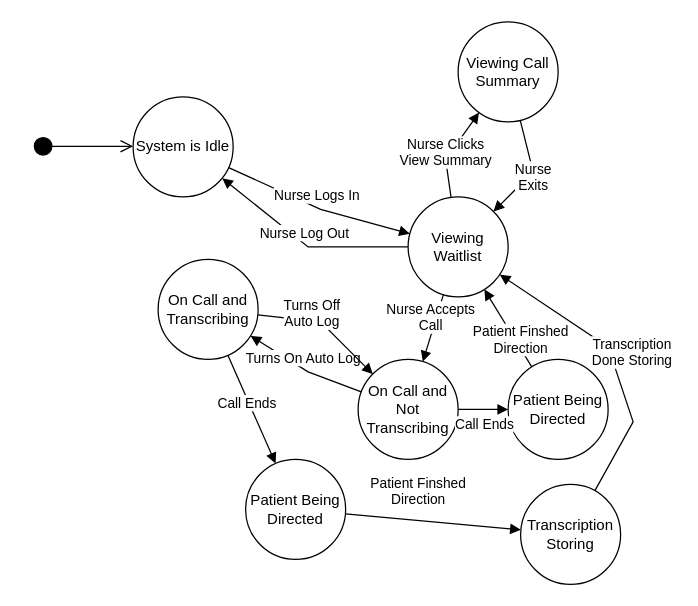
This is OliverWork/Milestone2/HotlineNurseStateDiagram.drawio from SENG-350-2024-fall/Team9, a draw.io file, before an edit. Source tidied: cells renumbered, new cells numbered last; positions are measured from the earlier drawing's top-left corner, leaving out a move shared by most shapes. Both pictures are drawn from the tidied source at 125%, with x=0, y=0 at pixel (32, 21).
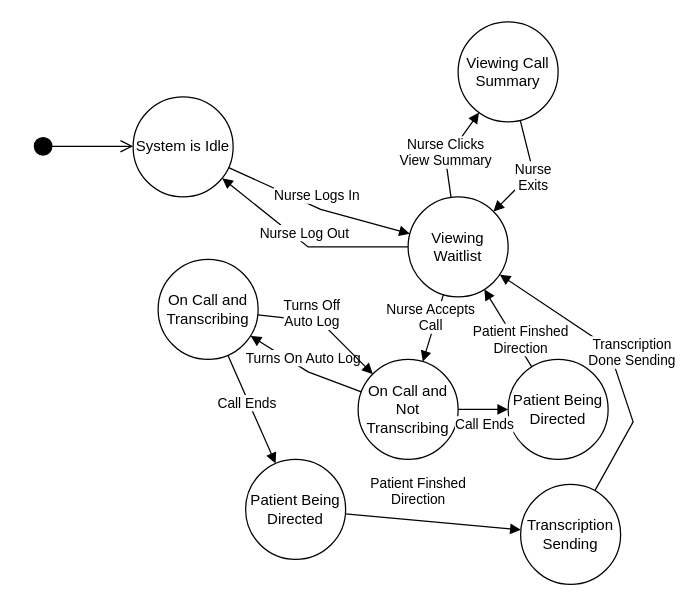
The same page after the edit.

The change refers to these unchanged cells:
```xml
<mxCell id="5" value="Viewing Waitlist" style="ellipse;whiteSpace=wrap;html=1;" parent="1" vertex="1">
  <mxGeometry x="300" y="140" width="80" height="80" as="geometry" />
</mxCell>
```

Change to the diagram source:
```diff
@@
-    <mxCell id="14" value="Transcription Storing" style="ellipse;whiteSpace=wrap;html=1;" parent="1" vertex="1">
+    <mxCell id="14" value="Transcription Sending" style="ellipse;whiteSpace=wrap;html=1;" parent="1" vertex="1">
       <mxGeometry x="390" y="370" width="80" height="80" as="geometry" />
     </mxCell>
@@
-    <mxCell id="16" value="Transcription&lt;div&gt;Done Storing&lt;/div&gt;" style="html=1;verticalAlign=bottom;endArrow=block;curved=0;rounded=0;" parent="1" edge="1" source="14" target="5">
+    <mxCell id="16" value="Transcription&lt;div&gt;Done Sending&lt;/div&gt;" style="html=1;verticalAlign=bottom;endArrow=block;curved=0;rounded=0;" parent="1" edge="1" source="14" target="5">
       <mxGeometry x="-0.12" y="-12" relative="1" as="geometry">
         <Array as="points">
           <mxPoint x="480" y="320" />
           <mxPoint x="460" y="260" />
         </Array>
       </mxGeometry>
     </mxCell>
```
